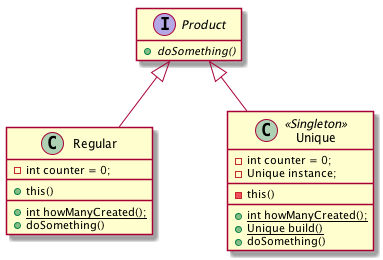
The PlantUML diagram creation/singleton/uml/_example.png in ace-lectures/pattern-repository, before a commit.
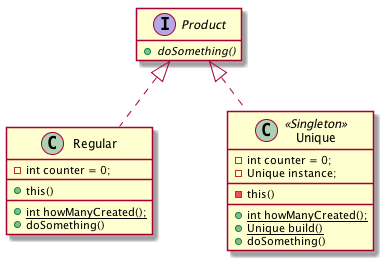
The same file after the commit.

Diff of the diagram source:
```diff
@@ -30,7 +30,7 @@
   + doSomething()
 }
 
-Product <|-- Regular
-Product <|-- Unique
+Product <|.. Regular
+Product <|.. Unique
 
 @enduml
```
